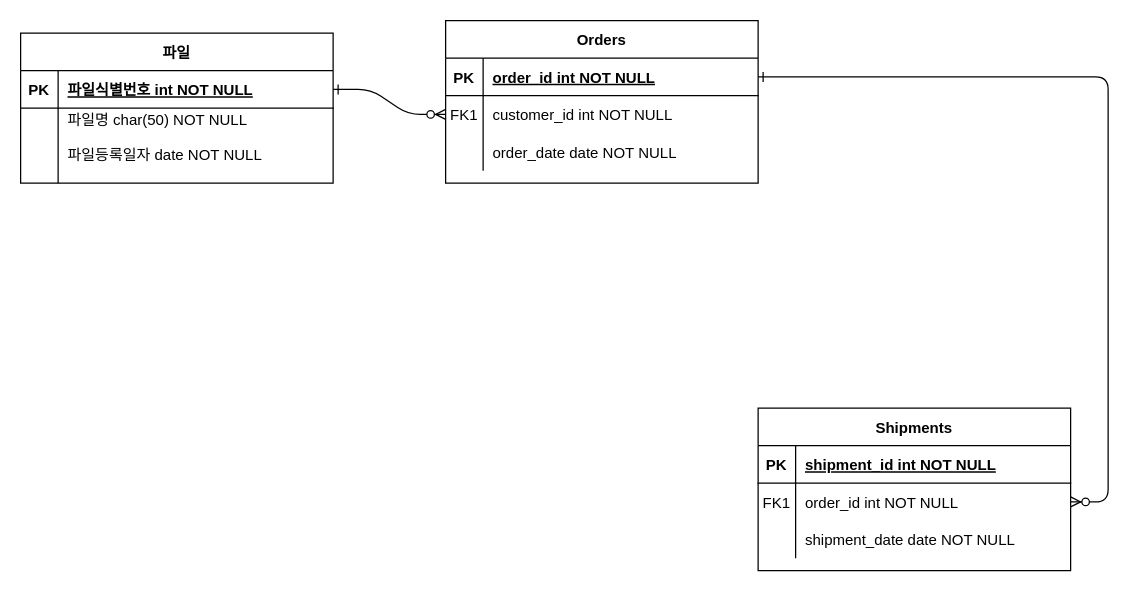
Before: core_ERD.drawio in corrvax/toby, a draw.io diagram. Source tidied: cells renumbered, new cells numbered last; positions are measured from the earlier drawing's top-left corner, leaving out a move shared by most shapes. Both pictures are drawn from the tidied source at 125%, with x=0, y=0 at pixel (20, 20).
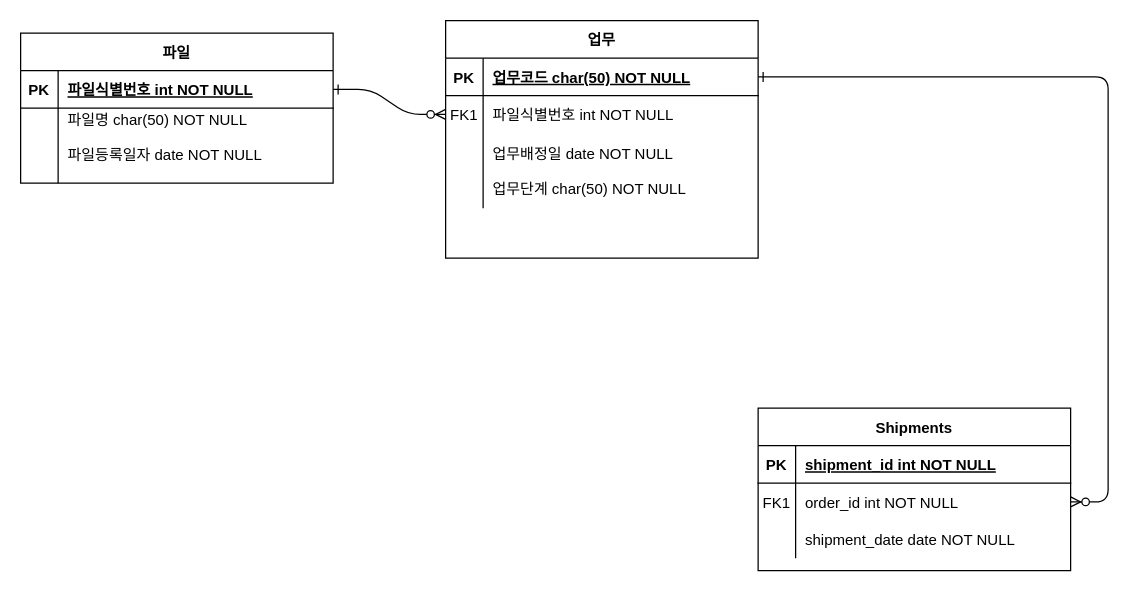
After the change.

Unchanged cells that the change refers to:
```xml
<mxCell id="5" style="shape=partialRectangle;fillColor=none;points=[[0,0.5],[1,0.5]];portConstraint=eastwest;top=0;left=0;right=0;bottom=1;" parent="4" vertex="1">
  <mxGeometry y="30" width="250" height="30" as="geometry" />
</mxCell>
<mxCell id="8" style="shape=partialRectangle;fillColor=none;points=[[0,0.5],[1,0.5]];portConstraint=eastwest;top=0;left=0;right=0;bottom=0;" parent="4" vertex="1">
  <mxGeometry y="60" width="250" height="30" as="geometry" />
</mxCell>
```

The edit, as a diff of the source:
```diff
@@
-    <mxCell id="4" value="Orders" style="shape=table;startSize=30;childLayout=tableLayout;rowLines=0;fontStyle=1;align=center;" parent="1" vertex="1">
-      <mxGeometry x="340" width="250" height="130" as="geometry" />
+    <mxCell id="4" value="업무" style="shape=table;startSize=30;childLayout=tableLayout;rowLines=0;fontStyle=1;align=center;" parent="1" vertex="1">
+      <mxGeometry x="340" width="250" height="190" as="geometry" />
     </mxCell>
@@
-    <mxCell id="7" value="order_id int NOT NULL " style="shape=partialRectangle;overflow=hidden;fillColor=none;top=0;left=0;bottom=0;right=0;align=left;spacingLeft=6;fontStyle=5;" parent="5" vertex="1">
+    <mxCell id="7" value="업무코드 char(50) NOT NULL " style="shape=partialRectangle;overflow=hidden;fillColor=none;top=0;left=0;bottom=0;right=0;align=left;spacingLeft=6;fontStyle=5;" parent="5" vertex="1">
       <mxGeometry x="30" width="220" height="30" as="geometry" />
     </mxCell>
@@
-    <mxCell id="10" value="customer_id int NOT NULL" style="shape=partialRectangle;overflow=hidden;fillColor=none;top=0;left=0;bottom=0;right=0;align=left;spacingLeft=6;" parent="8" vertex="1">
+    <mxCell id="10" value="파일식별번호 int NOT NULL" style="shape=partialRectangle;overflow=hidden;fillColor=none;top=0;left=0;bottom=0;right=0;align=left;spacingLeft=6;" parent="8" vertex="1">
       <mxGeometry x="30" width="220" height="30" as="geometry" />
     </mxCell>
     <mxCell id="11" style="shape=partialRectangle;fillColor=none;top=0;left=0;right=0;bottom=0;" parent="4" vertex="1">
-      <mxGeometry y="90" width="250" height="30" as="geometry" />
+      <mxGeometry y="90" width="250" height="60" as="geometry" />
     </mxCell>
     <mxCell id="12" style="shape=partialRectangle;overflow=hidden;fillColor=none;top=0;left=0;bottom=0;right=0;" parent="11" vertex="1">
-      <mxGeometry width="30" height="30" as="geometry" />
+      <mxGeometry width="30" height="60" as="geometry" />
     </mxCell>
-    <mxCell id="13" value="order_date date NOT NULL" style="shape=partialRectangle;overflow=hidden;fillColor=none;top=0;left=0;bottom=0;right=0;align=left;spacingLeft=6;" parent="11" vertex="1">
-      <mxGeometry x="30" width="220" height="30" as="geometry" />
+    <mxCell id="13" value="업무배정일 date NOT NULL&#10;&#10;업무단계 char(50) NOT NULL" style="shape=partialRectangle;overflow=hidden;fillColor=none;top=0;left=0;bottom=0;right=0;align=left;spacingLeft=6;" parent="11" vertex="1">
+      <mxGeometry x="30" width="220" height="60" as="geometry" />
     </mxCell>
```
